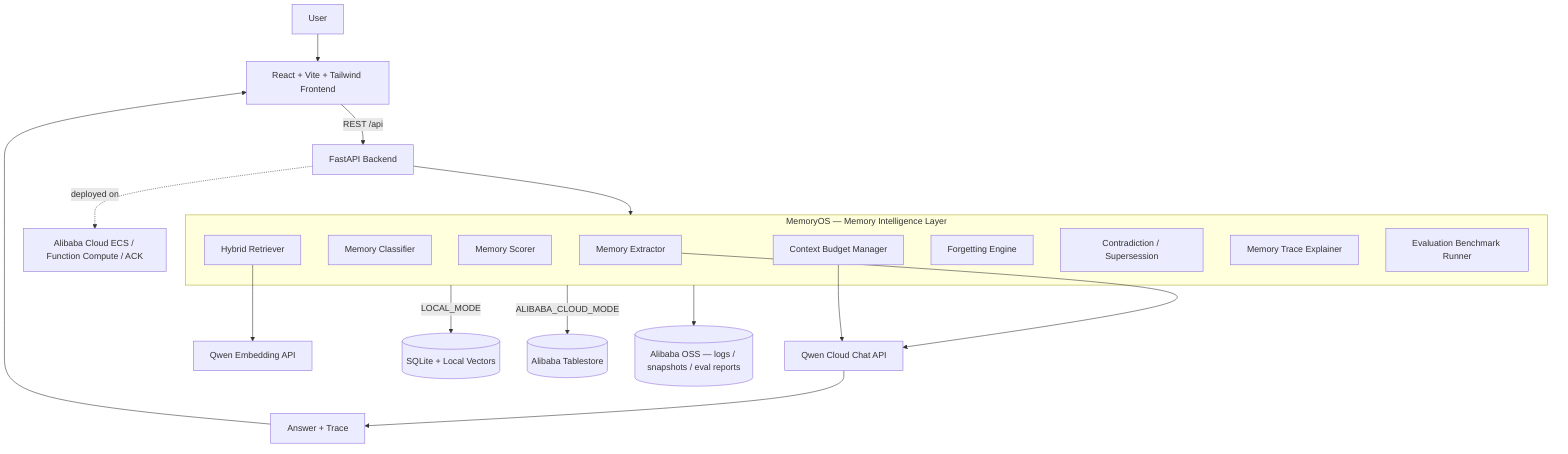
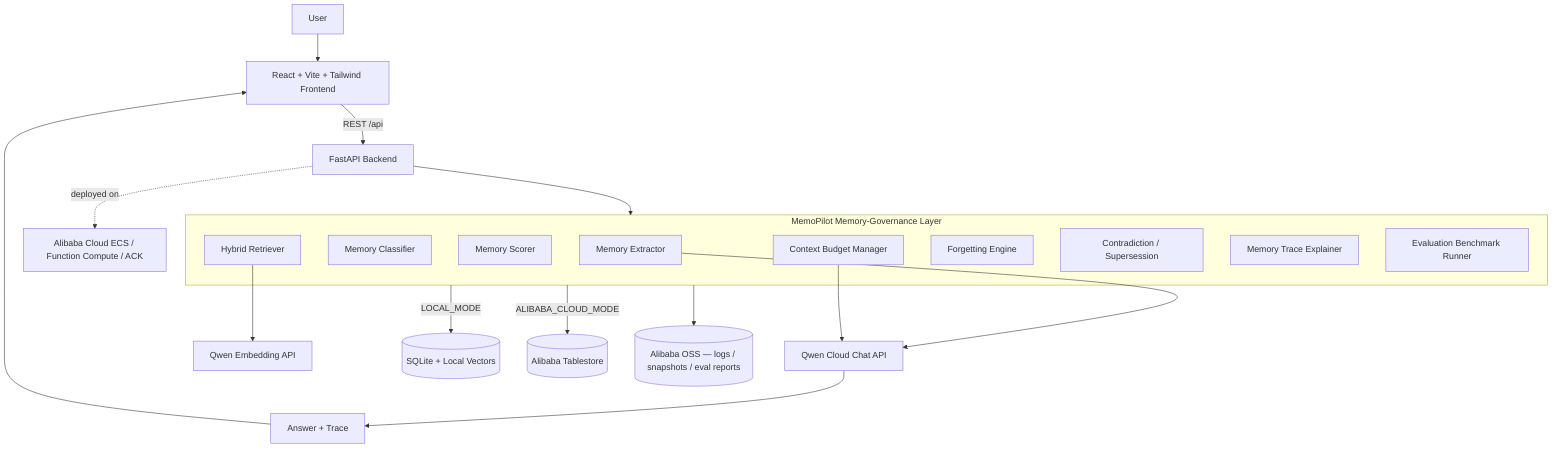
flowchart TD
    U[User] --> FE[React + Vite + Tailwind Frontend]
    FE -->|REST /api| BE[FastAPI Backend]

-     subgraph MOS[MemoryOS — Memory Intelligence Layer]
+     subgraph MOS[MemoPilot Memory-Governance Layer]
        EX[Memory Extractor]
        CL[Memory Classifier]
        SC[Memory Scorer]
        RET[Hybrid Retriever]
        CB[Context Budget Manager]
        FE2[Forgetting Engine]
        SUP[Contradiction / Supersession]
        TR[Memory Trace Explainer]
        EV[Evaluation Benchmark Runner]
    end

    BE --> MOS
    EX --> QC[Qwen Cloud Chat API]
    RET --> QE[Qwen Embedding API]
    CB --> QC
    QC --> RESP[Answer + Trace] --> FE

    MOS -->|LOCAL_MODE| LS[(SQLite + Local Vectors)]
    MOS -->|ALIBABA_CLOUD_MODE| TS[(Alibaba Tablestore)]
    MOS --> OSS[(Alibaba OSS — logs / snapshots / eval reports)]

    BE -.deployed on.-> ECS[Alibaba Cloud ECS / Function Compute / ACK]
